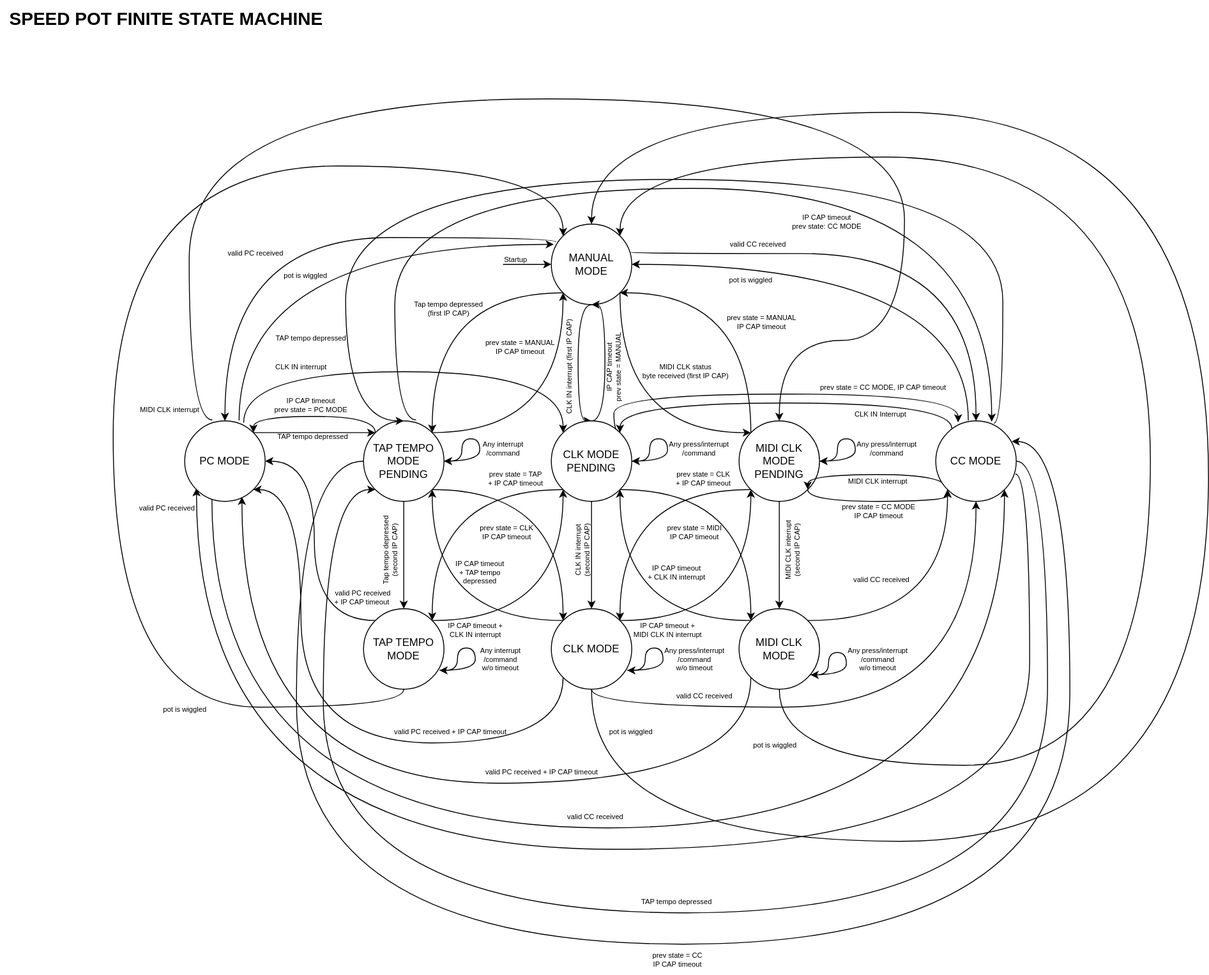
The draw.io diagram Speed Control State Machine.drawio.svg in garvsify/MI-2024, before a commit. Source tidied: cells renumbered, new cells last; positions are measured from the earlier drawing's top-left corner, leaving out a move shared by most shapes.
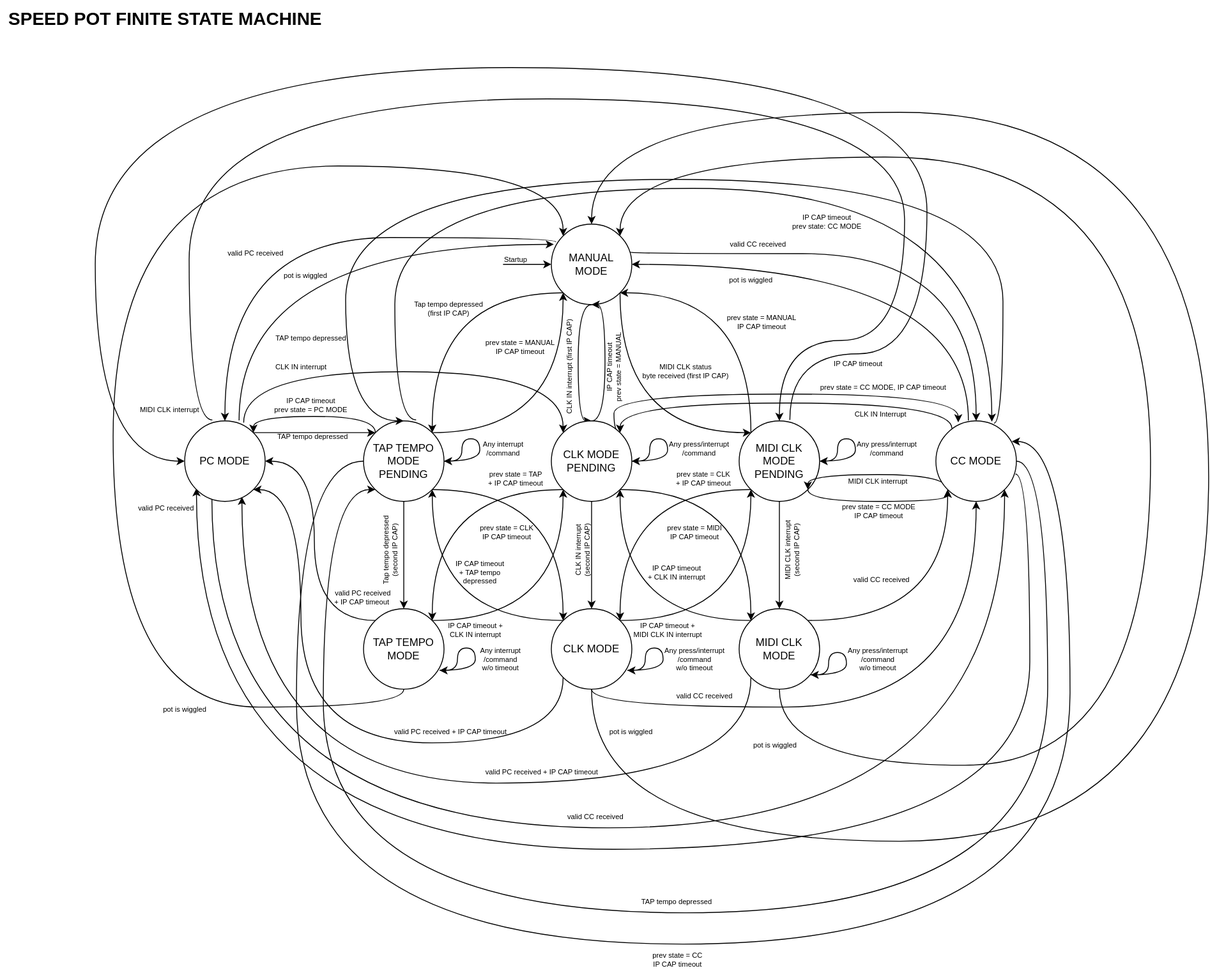
Later version of the same file.

What changed in the source:
```diff
@@ -529,5 +529,19 @@
     <mxCell id="111" value="&lt;div&gt;MIDI CLK interrupt&lt;/div&gt;" style="text;html=1;align=center;verticalAlign=middle;strokeColor=none;fillColor=none;fontSize=8;" parent="1" vertex="1">
       <mxGeometry x="146" y="445" width="85" height="25" as="geometry" />
     </mxCell>
+    <mxCell id="112" style="edgeStyle=orthogonalEdgeStyle;rounded=0;jettySize=auto;html=1;exitX=0.63;exitY=-0.011;exitDx=0;exitDy=0;entryX=0;entryY=0.5;entryDx=0;entryDy=0;curved=1;exitPerimeter=0;" parent="1" edge="1" source="25" target="75">
+      <mxGeometry relative="1" as="geometry">
+        <Array as="points">
+          <mxPoint x="883" y="395" />
+          <mxPoint x="1036" y="395" />
+          <mxPoint x="1036" y="75" />
+          <mxPoint x="106" y="75" />
+          <mxPoint x="106" y="515" />
+        </Array>
+      </mxGeometry>
+    </mxCell>
+    <mxCell id="113" value="&lt;div&gt;IP CAP timeout&lt;/div&gt;" style="text;html=1;align=center;verticalAlign=middle;strokeColor=none;fillColor=none;fontSize=8;" parent="1" vertex="1">
+      <mxGeometry x="921" y="393" width="75" height="25" as="geometry" />
+    </mxCell>
   </root>
 </mxGraphModel>
```
